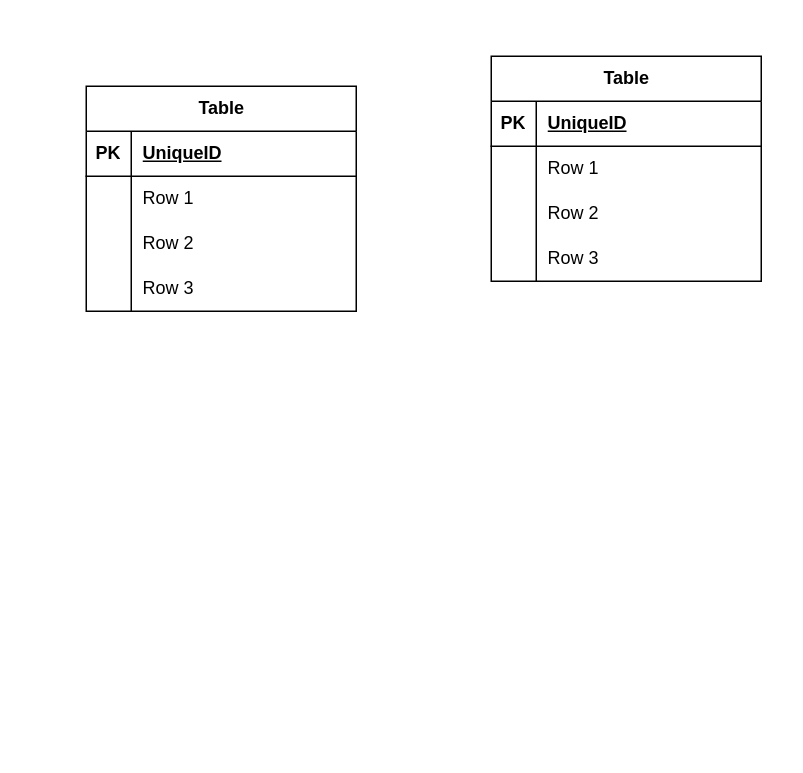
Earlier version of the draw.io diagram Lab 1.drawio (franck-code/tests). Source tidied: cells renumbered, new cells numbered last; positions are measured from the earlier drawing's top-left corner, leaving out a move shared by most shapes. Both pictures are drawn from the tidied source at 150%, with x=0, y=0 at pixel (86, 56).
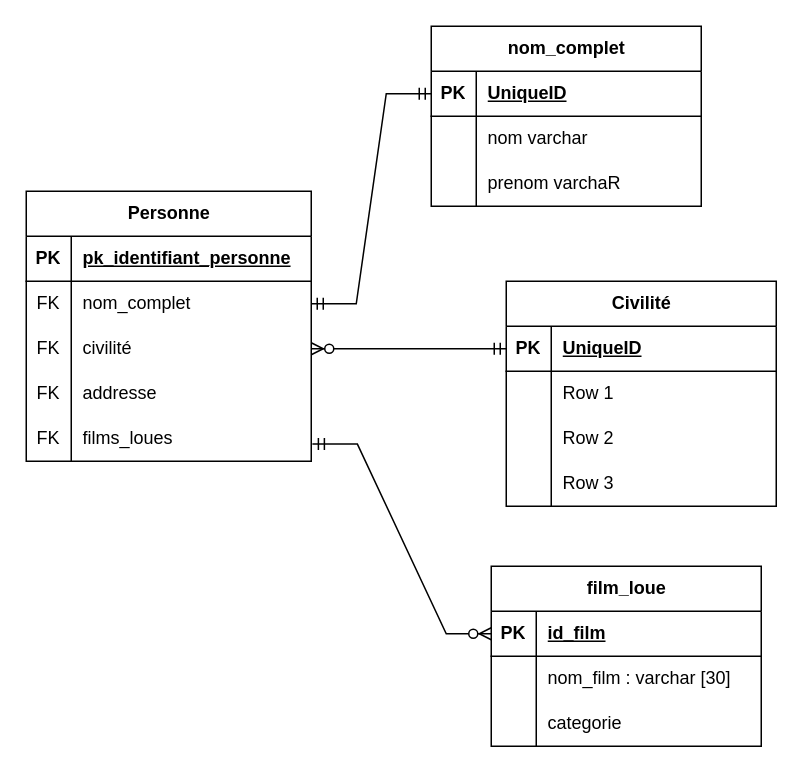
After the change.

Commit message:
Mettre à jour Lab 1.drawio

Unchanged cells that the change refers to:
```xml
<mxCell id="16" style="shape=tableRow;horizontal=0;startSize=0;swimlaneHead=0;swimlaneBody=0;fillColor=none;points=[[0,0.5],[1,0.5]];portConstraint=eastwest;top=0;left=0;right=0;bottom=1;" parent="15" vertex="1">
  <mxGeometry y="30" width="180" height="30" as="geometry" />
</mxCell>
```

The edit, as a diff of the source:
```diff
@@
-    <mxCell id="2" value="Table" style="shape=table;startSize=30;childLayout=tableLayout;rowLines=0;fontStyle=1;align=center;html=1;" parent="1" vertex="1">
-      <mxGeometry y="20" width="180" height="150" as="geometry" />
-    </mxCell>
-    <mxCell id="3" style="shape=tableRow;horizontal=0;startSize=0;swimlaneHead=0;swimlaneBody=0;fillColor=none;top=0;left=0;right=0;bottom=1;" parent="2" vertex="1">
-      <mxGeometry y="30" width="180" height="30" as="geometry" />
-    </mxCell>
-    <mxCell id="4" value="PK" style="shape=partialRectangle;fillColor=none;top=0;left=0;bottom=0;right=0;fontStyle=1;overflow=hidden;whiteSpace=wrap;html=1;" parent="3" vertex="1">
-      <mxGeometry width="30" height="30" as="geometry" />
-    </mxCell>
-    <mxCell id="5" value="UniqueID" style="shape=partialRectangle;fillColor=none;top=0;left=0;bottom=0;right=0;align=left;spacingLeft=6;fontStyle=5;overflow=hidden;whiteSpace=wrap;html=1;" parent="3" vertex="1">
-      <mxGeometry x="30" width="150" height="30" as="geometry" />
-    </mxCell>
-    <mxCell id="6" style="shape=tableRow;horizontal=0;startSize=0;swimlaneHead=0;swimlaneBody=0;fillColor=none;points=[[0,0.5],[1,0.5]];portConstraint=eastwest;top=0;left=0;right=0;bottom=0;" parent="2" vertex="1">
-      <mxGeometry y="60" width="180" height="30" as="geometry" />
-    </mxCell>
-    <mxCell id="7" style="shape=partialRectangle;fillColor=none;top=0;left=0;bottom=0;right=0;overflow=hidden;whiteSpace=wrap;html=1;" parent="6" vertex="1">
-      <mxGeometry width="30" height="30" as="geometry" />
-    </mxCell>
-    <mxCell id="8" value="Row 1" style="shape=partialRectangle;fillColor=none;top=0;left=0;bottom=0;right=0;align=left;spacingLeft=6;overflow=hidden;whiteSpace=wrap;html=1;" parent="6" vertex="1">
-      <mxGeometry x="30" width="150" height="30" as="geometry" />
-    </mxCell>
-    <mxCell id="9" style="shape=tableRow;horizontal=0;startSize=0;swimlaneHead=0;swimlaneBody=0;fillColor=none;top=0;left=0;right=0;bottom=0;" parent="2" vertex="1">
-      <mxGeometry y="90" width="180" height="30" as="geometry" />
-    </mxCell>
-    <mxCell id="10" style="shape=partialRectangle;fillColor=none;top=0;left=0;bottom=0;right=0;overflow=hidden;whiteSpace=wrap;html=1;" parent="9" vertex="1">
-      <mxGeometry width="30" height="30" as="geometry" />
-    </mxCell>
-    <mxCell id="11" value="Row 2" style="shape=partialRectangle;fillColor=none;top=0;left=0;bottom=0;right=0;align=left;spacingLeft=6;overflow=hidden;whiteSpace=wrap;html=1;" parent="9" vertex="1">
-      <mxGeometry x="30" width="150" height="30" as="geometry" />
-    </mxCell>
-    <mxCell id="12" style="shape=tableRow;horizontal=0;startSize=0;swimlaneHead=0;swimlaneBody=0;fillColor=none;points=[[0,0.5],[1,0.5]];portConstraint=eastwest;top=0;left=0;right=0;bottom=0;" parent="2" vertex="1">
-      <mxGeometry y="120" width="180" height="30" as="geometry" />
-    </mxCell>
-    <mxCell id="13" style="shape=partialRectangle;fillColor=none;top=0;left=0;bottom=0;right=0;overflow=hidden;whiteSpace=wrap;html=1;" parent="12" vertex="1">
-      <mxGeometry width="30" height="30" as="geometry" />
-    </mxCell>
-    <mxCell id="14" value="Row 3" style="shape=partialRectangle;fillColor=none;top=0;left=0;bottom=0;right=0;align=left;spacingLeft=6;overflow=hidden;whiteSpace=wrap;html=1;" parent="12" vertex="1">
-      <mxGeometry x="30" width="150" height="30" as="geometry" />
-    </mxCell>
-    <mxCell id="15" value="Table" style="shape=table;startSize=30;childLayout=tableLayout;rowLines=0;fontStyle=1;align=center;html=1;" parent="1" vertex="1">
-      <mxGeometry x="270" width="180" height="150" as="geometry" />
+    <mxCell id="15" value="Civilité" style="shape=table;startSize=30;childLayout=tableLayout;rowLines=0;fontStyle=1;align=center;html=1;" parent="1" vertex="1">
+      <mxGeometry x="280" y="150" width="180" height="150" as="geometry" />
     </mxCell>
@@
+    <mxCell id="28" style="edgeStyle=entityRelationEdgeStyle;fontSize=12;html=1;endArrow=ERmandOne;startArrow=ERzeroToMany;rounded=0;entryX=0;entryY=0.5;entryDx=0;entryDy=0;exitX=1;exitY=0.5;exitDx=0;exitDy=0;endFill=0;" parent="1" edge="1" source="6" target="16">
+      <mxGeometry relative="1" as="geometry" />
+    </mxCell>
+    <mxCell id="29" value="film_loue" style="shape=table;startSize=30;childLayout=tableLayout;rowLines=0;fontStyle=1;align=center;html=1;" parent="1" vertex="1">
+      <mxGeometry x="270" y="340" width="180" height="120" as="geometry" />
+    </mxCell>
+    <mxCell id="30" style="shape=tableRow;horizontal=0;startSize=0;swimlaneHead=0;swimlaneBody=0;fillColor=none;points=[[0,0.5],[1,0.5]];portConstraint=eastwest;top=0;left=0;right=0;bottom=1;" parent="29" vertex="1">
+      <mxGeometry y="30" width="180" height="30" as="geometry" />
+    </mxCell>
+    <mxCell id="31" value="PK" style="shape=partialRectangle;fillColor=none;top=0;left=0;bottom=0;right=0;fontStyle=1;overflow=hidden;whiteSpace=wrap;html=1;" parent="30" vertex="1">
+      <mxGeometry width="30" height="30" as="geometry" />
+    </mxCell>
+    <mxCell id="32" value="id_film" style="shape=partialRectangle;fillColor=none;top=0;left=0;bottom=0;right=0;align=left;spacingLeft=6;fontStyle=5;overflow=hidden;whiteSpace=wrap;html=1;" parent="30" vertex="1">
+      <mxGeometry x="30" width="150" height="30" as="geometry" />
+    </mxCell>
+    <mxCell id="33" style="shape=tableRow;horizontal=0;startSize=0;swimlaneHead=0;swimlaneBody=0;fillColor=none;top=0;left=0;right=0;bottom=0;" parent="29" vertex="1">
+      <mxGeometry y="60" width="180" height="30" as="geometry" />
+    </mxCell>
+    <mxCell id="34" style="shape=partialRectangle;fillColor=none;top=0;left=0;bottom=0;right=0;overflow=hidden;whiteSpace=wrap;html=1;" parent="33" vertex="1">
+      <mxGeometry width="30" height="30" as="geometry" />
+    </mxCell>
+    <mxCell id="35" value="nom_film : varchar [30]" style="shape=partialRectangle;fillColor=none;top=0;left=0;bottom=0;right=0;align=left;spacingLeft=6;overflow=hidden;whiteSpace=wrap;html=1;" parent="33" vertex="1">
+      <mxGeometry x="30" width="150" height="30" as="geometry" />
+    </mxCell>
+    <mxCell id="36" style="shape=tableRow;horizontal=0;startSize=0;swimlaneHead=0;swimlaneBody=0;fillColor=none;top=0;left=0;right=0;bottom=0;" parent="29" vertex="1">
+      <mxGeometry y="90" width="180" height="30" as="geometry" />
+    </mxCell>
+    <mxCell id="37" style="shape=partialRectangle;fillColor=none;top=0;left=0;bottom=0;right=0;overflow=hidden;whiteSpace=wrap;html=1;" parent="36" vertex="1">
+      <mxGeometry width="30" height="30" as="geometry" />
+    </mxCell>
+    <mxCell id="38" value="categorie" style="shape=partialRectangle;fillColor=none;top=0;left=0;bottom=0;right=0;align=left;spacingLeft=6;overflow=hidden;whiteSpace=wrap;html=1;" parent="36" vertex="1">
+      <mxGeometry x="30" width="150" height="30" as="geometry" />
+    </mxCell>
+    <mxCell id="2" value="Personne" style="shape=table;startSize=30;childLayout=tableLayout;rowLines=0;fontStyle=1;align=center;html=1;" parent="1" vertex="1">
+      <mxGeometry x="-40" y="90" width="190" height="180" as="geometry" />
+    </mxCell>
+    <mxCell id="3" style="shape=tableRow;horizontal=0;startSize=0;swimlaneHead=0;swimlaneBody=0;fillColor=none;top=0;left=0;right=0;bottom=1;" parent="2" vertex="1">
+      <mxGeometry y="30" width="190" height="30" as="geometry" />
+    </mxCell>
+    <mxCell id="4" value="PK" style="shape=partialRectangle;fillColor=none;top=0;left=0;bottom=0;right=0;fontStyle=1;overflow=hidden;whiteSpace=wrap;html=1;" parent="3" vertex="1">
+      <mxGeometry width="30" height="30" as="geometry" />
+    </mxCell>
+    <mxCell id="5" value="pk_identifiant_personne" style="shape=partialRectangle;fillColor=none;top=0;left=0;bottom=0;right=0;align=left;spacingLeft=6;fontStyle=5;overflow=hidden;whiteSpace=wrap;html=1;" parent="3" vertex="1">
+      <mxGeometry x="30" width="160" height="30" as="geometry" />
+    </mxCell>
+    <mxCell id="39" style="shape=tableRow;horizontal=0;startSize=0;swimlaneHead=0;swimlaneBody=0;fillColor=none;points=[[0,0.5],[1,0.5]];portConstraint=eastwest;top=0;left=0;right=0;bottom=0;" parent="2" vertex="1">
+      <mxGeometry y="60" width="190" height="30" as="geometry" />
+    </mxCell>
+    <mxCell id="40" value="FK" style="shape=partialRectangle;fillColor=none;top=0;left=0;bottom=0;right=0;overflow=hidden;whiteSpace=wrap;html=1;" parent="39" vertex="1">
+      <mxGeometry width="30" height="30" as="geometry" />
+    </mxCell>
+    <mxCell id="41" value="nom_complet" style="shape=partialRectangle;fillColor=none;top=0;left=0;bottom=0;right=0;align=left;spacingLeft=6;overflow=hidden;whiteSpace=wrap;html=1;" parent="39" vertex="1">
+      <mxGeometry x="30" width="160" height="30" as="geometry" />
+    </mxCell>
+    <mxCell id="6" style="shape=tableRow;horizontal=0;startSize=0;swimlaneHead=0;swimlaneBody=0;fillColor=none;points=[[0,0.5],[1,0.5]];portConstraint=eastwest;top=0;left=0;right=0;bottom=0;" parent="2" vertex="1">
+      <mxGeometry y="90" width="190" height="30" as="geometry" />
+    </mxCell>
+    <mxCell id="7" value="FK" style="shape=partialRectangle;fillColor=none;top=0;left=0;bottom=0;right=0;overflow=hidden;whiteSpace=wrap;html=1;" parent="6" vertex="1">
+      <mxGeometry width="30" height="30" as="geometry" />
+    </mxCell>
+    <mxCell id="8" value="civilité" style="shape=partialRectangle;fillColor=none;top=0;left=0;bottom=0;right=0;align=left;spacingLeft=6;overflow=hidden;whiteSpace=wrap;html=1;" parent="6" vertex="1">
+      <mxGeometry x="30" width="160" height="30" as="geometry" />
+    </mxCell>
+    <mxCell id="9" style="shape=tableRow;horizontal=0;startSize=0;swimlaneHead=0;swimlaneBody=0;fillColor=none;top=0;left=0;right=0;bottom=0;" parent="2" vertex="1">
+      <mxGeometry y="120" width="190" height="30" as="geometry" />
+    </mxCell>
+    <mxCell id="10" value="FK" style="shape=partialRectangle;fillColor=none;top=0;left=0;bottom=0;right=0;overflow=hidden;whiteSpace=wrap;html=1;" parent="9" vertex="1">
+      <mxGeometry width="30" height="30" as="geometry" />
+    </mxCell>
+    <mxCell id="11" value="addresse" style="shape=partialRectangle;fillColor=none;top=0;left=0;bottom=0;right=0;align=left;spacingLeft=6;overflow=hidden;whiteSpace=wrap;html=1;" parent="9" vertex="1">
+      <mxGeometry x="30" width="160" height="30" as="geometry" />
+    </mxCell>
+    <mxCell id="12" style="shape=tableRow;horizontal=0;startSize=0;swimlaneHead=0;swimlaneBody=0;fillColor=none;points=[[0,0.5],[1,0.5]];portConstraint=eastwest;top=0;left=0;right=0;bottom=0;" parent="2" vertex="1">
+      <mxGeometry y="150" width="190" height="30" as="geometry" />
+    </mxCell>
+    <mxCell id="13" value="FK" style="shape=partialRectangle;fillColor=none;top=0;left=0;bottom=0;right=0;overflow=hidden;whiteSpace=wrap;html=1;" parent="12" vertex="1">
+      <mxGeometry width="30" height="30" as="geometry" />
+    </mxCell>
+    <mxCell id="14" value="films_loues" style="shape=partialRectangle;fillColor=none;top=0;left=0;bottom=0;right=0;align=left;spacingLeft=6;overflow=hidden;whiteSpace=wrap;html=1;" parent="12" vertex="1">
+      <mxGeometry x="30" width="160" height="30" as="geometry" />
+    </mxCell>
+    <mxCell id="42" style="edgeStyle=entityRelationEdgeStyle;fontSize=12;html=1;endArrow=ERzeroToMany;startArrow=ERmandOne;rounded=0;exitX=1.004;exitY=0.618;exitDx=0;exitDy=0;entryX=0;entryY=0.5;entryDx=0;entryDy=0;exitPerimeter=0;" parent="1" edge="1" source="12" target="30">
+      <mxGeometry relative="1" as="geometry">
+        <Array as="points">
+          <mxPoint x="10" y="175" />
+          <mxPoint x="70" y="175" />
+          <mxPoint x="50" y="215" />
+          <mxPoint x="80" y="195" />
+        </Array>
+      </mxGeometry>
+    </mxCell>
+    <mxCell id="43" value="nom_complet" style="shape=table;startSize=30;childLayout=tableLayout;rowLines=0;fontStyle=1;align=center;html=1;" parent="1" vertex="1">
+      <mxGeometry x="230" y="-20" width="180" height="120" as="geometry" />
+    </mxCell>
+    <mxCell id="44" style="shape=tableRow;horizontal=0;startSize=0;swimlaneHead=0;swimlaneBody=0;fillColor=none;points=[[0,0.5],[1,0.5]];portConstraint=eastwest;top=0;left=0;right=0;bottom=1;" parent="43" vertex="1">
+      <mxGeometry y="30" width="180" height="30" as="geometry" />
+    </mxCell>
+    <mxCell id="45" value="PK" style="shape=partialRectangle;fillColor=none;top=0;left=0;bottom=0;right=0;fontStyle=1;overflow=hidden;whiteSpace=wrap;html=1;" parent="44" vertex="1">
+      <mxGeometry width="30" height="30" as="geometry" />
+    </mxCell>
+    <mxCell id="46" value="UniqueID" style="shape=partialRectangle;fillColor=none;top=0;left=0;bottom=0;right=0;align=left;spacingLeft=6;fontStyle=5;overflow=hidden;whiteSpace=wrap;html=1;" parent="44" vertex="1">
+      <mxGeometry x="30" width="150" height="30" as="geometry" />
+    </mxCell>
+    <mxCell id="47" style="shape=tableRow;horizontal=0;startSize=0;swimlaneHead=0;swimlaneBody=0;fillColor=none;top=0;left=0;right=0;bottom=0;" parent="43" vertex="1">
+      <mxGeometry y="60" width="180" height="30" as="geometry" />
+    </mxCell>
+    <mxCell id="48" style="shape=partialRectangle;fillColor=none;top=0;left=0;bottom=0;right=0;overflow=hidden;whiteSpace=wrap;html=1;" parent="47" vertex="1">
+      <mxGeometry width="30" height="30" as="geometry" />
+    </mxCell>
+    <mxCell id="49" value="nom varchar" style="shape=partialRectangle;fillColor=none;top=0;left=0;bottom=0;right=0;align=left;spacingLeft=6;overflow=hidden;whiteSpace=wrap;html=1;" parent="47" vertex="1">
+      <mxGeometry x="30" width="150" height="30" as="geometry" />
+    </mxCell>
+    <mxCell id="50" style="shape=tableRow;horizontal=0;startSize=0;swimlaneHead=0;swimlaneBody=0;fillColor=none;top=0;left=0;right=0;bottom=0;" parent="43" vertex="1">
+      <mxGeometry y="90" width="180" height="30" as="geometry" />
+    </mxCell>
+    <mxCell id="51" style="shape=partialRectangle;fillColor=none;top=0;left=0;bottom=0;right=0;overflow=hidden;whiteSpace=wrap;html=1;" parent="50" vertex="1">
+      <mxGeometry width="30" height="30" as="geometry" />
+    </mxCell>
+    <mxCell id="52" value="prenom varchaR" style="shape=partialRectangle;fillColor=none;top=0;left=0;bottom=0;right=0;align=left;spacingLeft=6;overflow=hidden;whiteSpace=wrap;html=1;" parent="50" vertex="1">
+      <mxGeometry x="30" width="150" height="30" as="geometry" />
+    </mxCell>
+    <mxCell id="53" style="edgeStyle=entityRelationEdgeStyle;fontSize=12;html=1;endArrow=ERmandOne;startArrow=ERmandOne;rounded=0;entryX=0;entryY=0.5;entryDx=0;entryDy=0;exitX=1;exitY=0.5;exitDx=0;exitDy=0;" parent="1" edge="1" source="39" target="44">
+      <mxGeometry relative="1" as="geometry">
+        <Array as="points">
+          <mxPoint x="200" y="-18" />
+          <mxPoint x="170" y="65" />
+          <mxPoint x="170" y="-45" />
+          <mxPoint x="180" y="-105" />
+        </Array>
+      </mxGeometry>
+    </mxCell>
```
